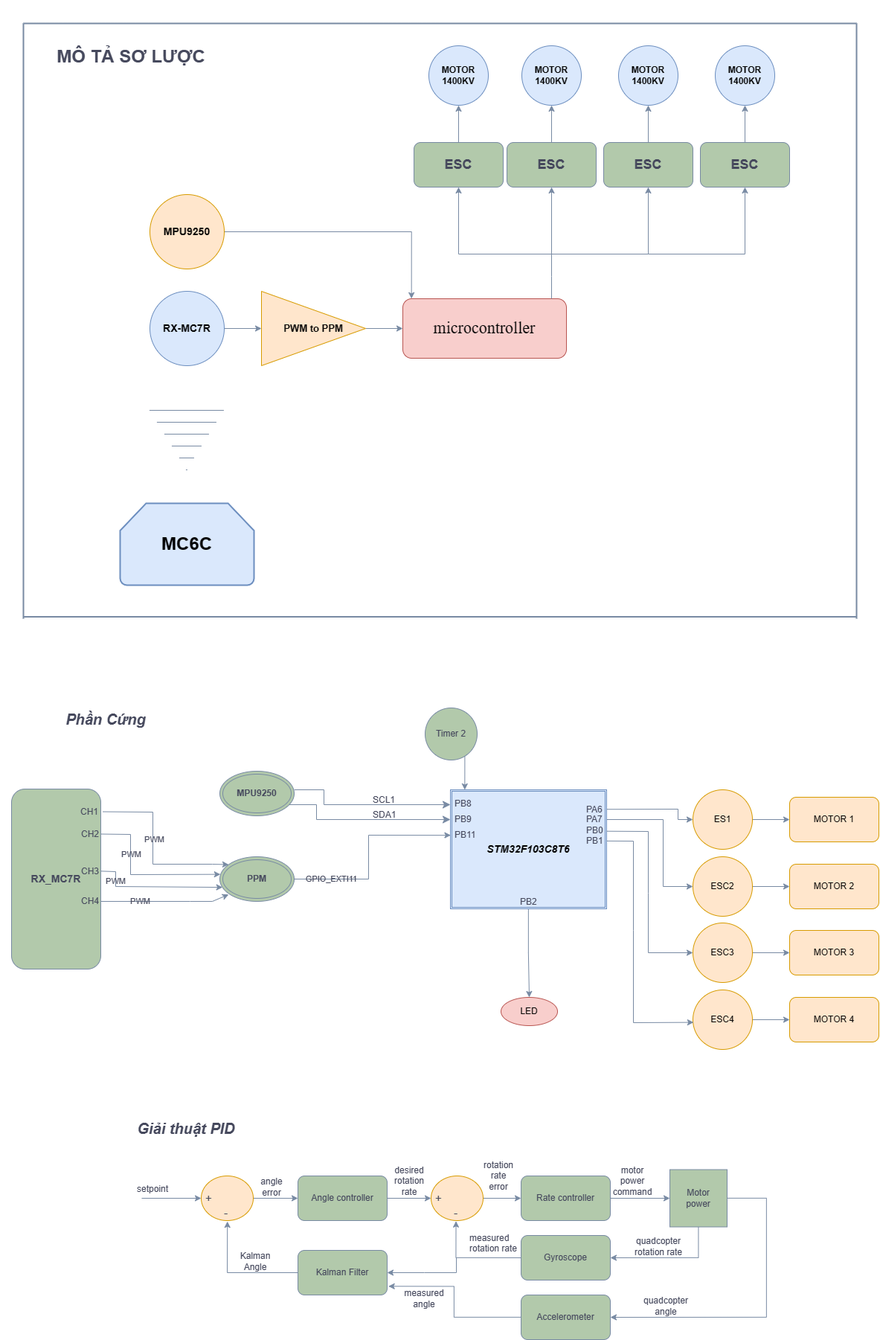
Before: Untitled Diagram.drawio.png, a diagram exported from draw.io (trung5522/fly). Source tidied: cells renumbered, new cells last; positions are measured from the earlier drawing's top-left corner, leaving out a move shared by most shapes.
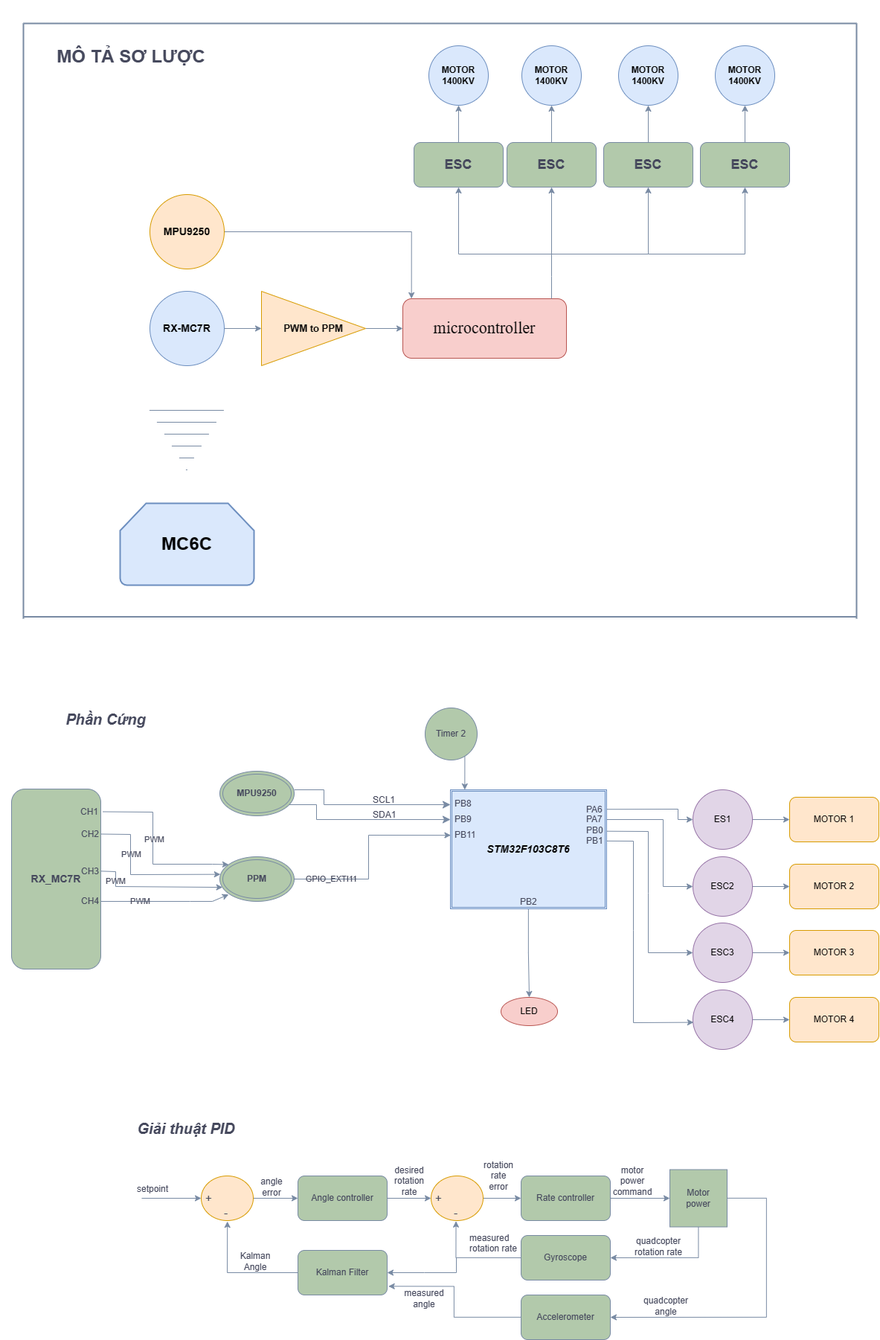
After the change.

The edit, as a diff of the source:
```diff
@@ -255,25 +255,25 @@
     <mxCell id="59" style="edgeStyle=orthogonalEdgeStyle;rounded=0;jettySize=auto;html=1;entryX=0;entryY=0.5;entryDx=0;entryDy=0;labelBackgroundColor=none;strokeColor=#788AA3;fontColor=default;" parent="1" edge="1" source="60" target="77">
       <mxGeometry relative="1" as="geometry" />
     </mxCell>
-    <mxCell id="60" value="ES1" style="ellipse;whiteSpace=wrap;html=1;fillColor=#ffe6cc;strokeColor=#d79b00;labelBackgroundColor=none;" parent="1" vertex="1">
+    <mxCell id="60" value="ES1" style="ellipse;whiteSpace=wrap;html=1;fillColor=#e1d5e7;strokeColor=#9673a6;labelBackgroundColor=none;" parent="1" vertex="1">
       <mxGeometry x="930" y="1060" width="80" height="80" as="geometry" />
     </mxCell>
     <mxCell id="61" style="edgeStyle=orthogonalEdgeStyle;rounded=0;jettySize=auto;html=1;entryX=0;entryY=0.5;entryDx=0;entryDy=0;labelBackgroundColor=none;strokeColor=#788AA3;fontColor=default;" parent="1" edge="1" source="62" target="78">
       <mxGeometry relative="1" as="geometry" />
     </mxCell>
-    <mxCell id="62" value="ESC2" style="ellipse;whiteSpace=wrap;html=1;fillColor=#ffe6cc;strokeColor=#d79b00;labelBackgroundColor=none;" parent="1" vertex="1">
+    <mxCell id="62" value="ESC2" style="ellipse;whiteSpace=wrap;html=1;fillColor=#e1d5e7;strokeColor=#9673a6;labelBackgroundColor=none;" parent="1" vertex="1">
       <mxGeometry x="930" y="1150" width="80" height="80" as="geometry" />
     </mxCell>
     <mxCell id="63" style="edgeStyle=orthogonalEdgeStyle;rounded=0;jettySize=auto;html=1;entryX=0;entryY=0.5;entryDx=0;entryDy=0;labelBackgroundColor=none;strokeColor=#788AA3;fontColor=default;" parent="1" edge="1" source="64" target="79">
       <mxGeometry relative="1" as="geometry" />
     </mxCell>
-    <mxCell id="64" value="ESC3" style="ellipse;whiteSpace=wrap;html=1;fillColor=#ffe6cc;strokeColor=#d79b00;labelBackgroundColor=none;" parent="1" vertex="1">
+    <mxCell id="64" value="ESC3" style="ellipse;whiteSpace=wrap;html=1;fillColor=#e1d5e7;strokeColor=#9673a6;labelBackgroundColor=none;" parent="1" vertex="1">
       <mxGeometry x="930" y="1239" width="80" height="80" as="geometry" />
     </mxCell>
     <mxCell id="65" style="edgeStyle=orthogonalEdgeStyle;rounded=0;jettySize=auto;html=1;entryX=0;entryY=0.5;entryDx=0;entryDy=0;labelBackgroundColor=none;strokeColor=#788AA3;fontColor=default;" parent="1" edge="1" source="66" target="80">
       <mxGeometry relative="1" as="geometry" />
     </mxCell>
-    <mxCell id="66" value="ESC4" style="ellipse;whiteSpace=wrap;html=1;fillColor=#ffe6cc;strokeColor=#d79b00;labelBackgroundColor=none;" parent="1" vertex="1">
+    <mxCell id="66" value="ESC4" style="ellipse;whiteSpace=wrap;html=1;fillColor=#e1d5e7;strokeColor=#9673a6;labelBackgroundColor=none;" parent="1" vertex="1">
       <mxGeometry x="930" y="1329" width="80" height="80" as="geometry" />
     </mxCell>
     <mxCell id="67" style="endArrow=classic;html=1;rounded=0;entryX=0;entryY=0.5;entryDx=0;entryDy=0;exitX=1.001;exitY=0.164;exitDx=0;exitDy=0;exitPerimeter=0;labelBackgroundColor=none;strokeColor=#788AA3;fontColor=default;" parent="1" edge="1" source="32" target="60">
```
